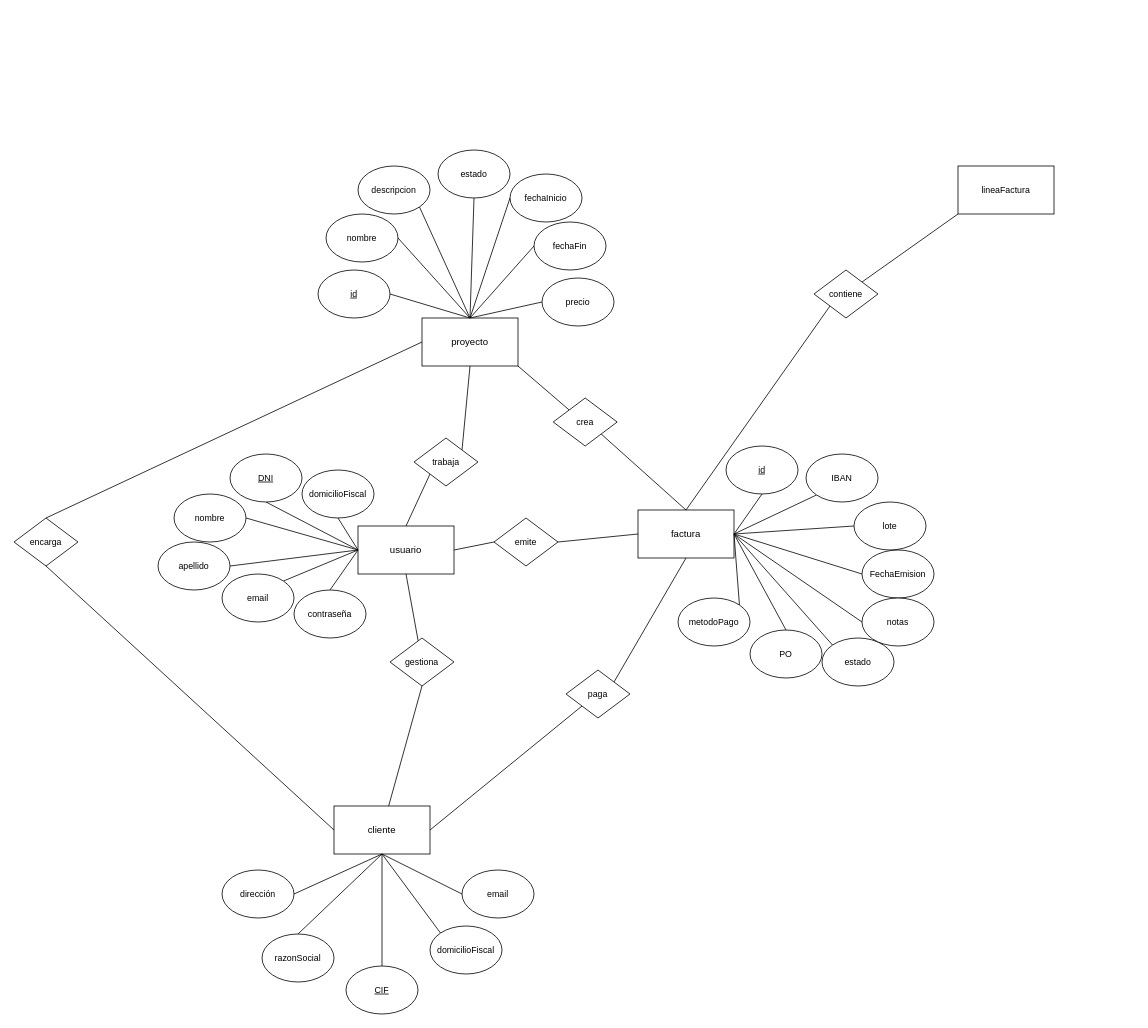
Above: Diagrama sin título.drawio in DesSussu/CRUD (draw.io), before the change. Source tidied: cells renumbered, new cells numbered last; positions are measured from the earlier drawing's top-left corner, leaving out a move shared by most shapes. Both pictures are drawn from the tidied source at 80%, with x=0, y=0 at pixel (14, 150).
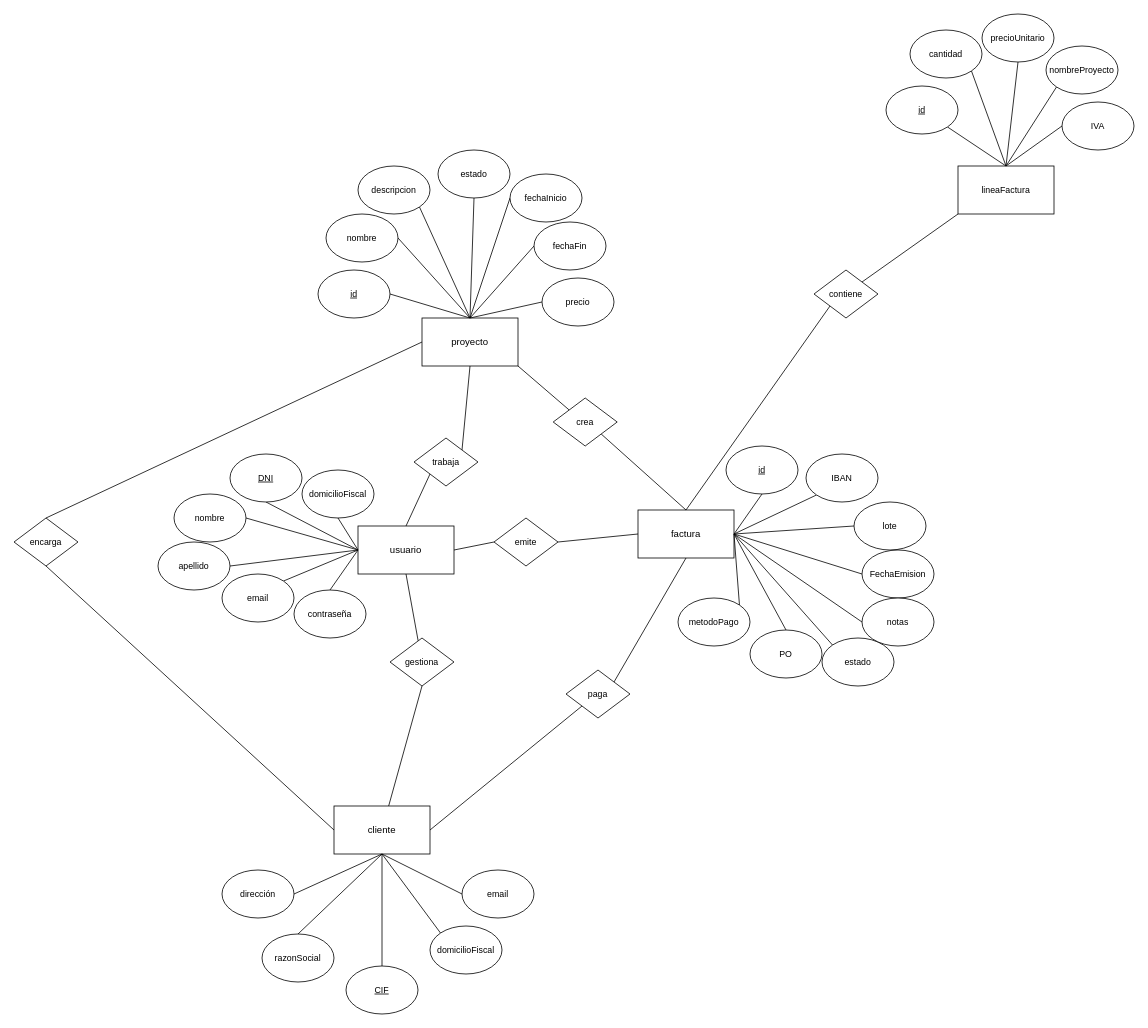
The same page after the edit.

Unchanged cells that the change refers to:
```xml
<mxCell id="12" value="lineaFactura" style="rounded=0;whiteSpace=wrap;html=1;fontFamily=Helvetica;fontSize=11;fontColor=default;labelBackgroundColor=default;" parent="1" vertex="1">
  <mxGeometry x="1180" y="20" width="120" height="60" as="geometry" />
</mxCell>
```

Change to the diagram source:
```diff
@@
+    <mxCell id="80" style="edgeStyle=none;shape=connector;rounded=0;jettySize=auto;html=1;exitX=1;exitY=1;exitDx=0;exitDy=0;entryX=0.5;entryY=0;entryDx=0;entryDy=0;strokeColor=default;align=center;verticalAlign=middle;fontFamily=Helvetica;fontSize=11;fontColor=default;labelBackgroundColor=default;startFill=0;endArrow=none;" parent="1" edge="1" source="81" target="12">
+      <mxGeometry relative="1" as="geometry" />
+    </mxCell>
+    <mxCell id="81" value="&lt;u&gt;id&lt;/u&gt;" style="ellipse;whiteSpace=wrap;html=1;fontFamily=Helvetica;fontSize=11;fontColor=default;labelBackgroundColor=default;" parent="1" vertex="1">
+      <mxGeometry x="1090" y="-80" width="90" height="60" as="geometry" />
+    </mxCell>
+    <mxCell id="82" style="edgeStyle=none;shape=connector;rounded=0;jettySize=auto;html=1;exitX=1;exitY=1;exitDx=0;exitDy=0;strokeColor=default;align=center;verticalAlign=middle;fontFamily=Helvetica;fontSize=11;fontColor=default;labelBackgroundColor=default;startFill=0;endArrow=none;" parent="1" edge="1" source="83">
+      <mxGeometry relative="1" as="geometry">
+        <mxPoint x="1240" y="20" as="targetPoint" />
+      </mxGeometry>
+    </mxCell>
+    <mxCell id="83" value="cantidad" style="ellipse;whiteSpace=wrap;html=1;fontFamily=Helvetica;fontSize=11;fontColor=default;labelBackgroundColor=default;" parent="1" vertex="1">
+      <mxGeometry x="1120" y="-150" width="90" height="60" as="geometry" />
+    </mxCell>
+    <mxCell id="84" style="edgeStyle=none;shape=connector;rounded=0;jettySize=auto;html=1;exitX=0.5;exitY=1;exitDx=0;exitDy=0;entryX=0.5;entryY=0;entryDx=0;entryDy=0;strokeColor=default;align=center;verticalAlign=middle;fontFamily=Helvetica;fontSize=11;fontColor=default;labelBackgroundColor=default;startFill=0;endArrow=none;" parent="1" edge="1" source="85" target="12">
+      <mxGeometry relative="1" as="geometry" />
+    </mxCell>
+    <mxCell id="85" value="precioUnitario" style="ellipse;whiteSpace=wrap;html=1;fontFamily=Helvetica;fontSize=11;fontColor=default;labelBackgroundColor=default;" parent="1" vertex="1">
+      <mxGeometry x="1210" y="-170" width="90" height="60" as="geometry" />
+    </mxCell>
+    <mxCell id="86" style="edgeStyle=none;shape=connector;rounded=0;jettySize=auto;html=1;exitX=0;exitY=1;exitDx=0;exitDy=0;entryX=0.5;entryY=0;entryDx=0;entryDy=0;strokeColor=default;align=center;verticalAlign=middle;fontFamily=Helvetica;fontSize=11;fontColor=default;labelBackgroundColor=default;startFill=0;endArrow=none;" parent="1" edge="1" source="87" target="12">
+      <mxGeometry relative="1" as="geometry" />
+    </mxCell>
+    <mxCell id="87" value="nombreProyecto" style="ellipse;whiteSpace=wrap;html=1;fontFamily=Helvetica;fontSize=11;fontColor=default;labelBackgroundColor=default;" parent="1" vertex="1">
+      <mxGeometry x="1290" y="-130" width="90" height="60" as="geometry" />
+    </mxCell>
+    <mxCell id="88" style="edgeStyle=none;shape=connector;rounded=0;jettySize=auto;html=1;exitX=0;exitY=0.5;exitDx=0;exitDy=0;entryX=0.5;entryY=0;entryDx=0;entryDy=0;strokeColor=default;align=center;verticalAlign=middle;fontFamily=Helvetica;fontSize=11;fontColor=default;labelBackgroundColor=default;startFill=0;endArrow=none;" parent="1" edge="1" source="89" target="12">
+      <mxGeometry relative="1" as="geometry" />
+    </mxCell>
+    <mxCell id="89" value="IVA" style="ellipse;whiteSpace=wrap;html=1;fontFamily=Helvetica;fontSize=11;fontColor=default;labelBackgroundColor=default;" parent="1" vertex="1">
+      <mxGeometry x="1310" y="-60" width="90" height="60" as="geometry" />
+    </mxCell>
```
